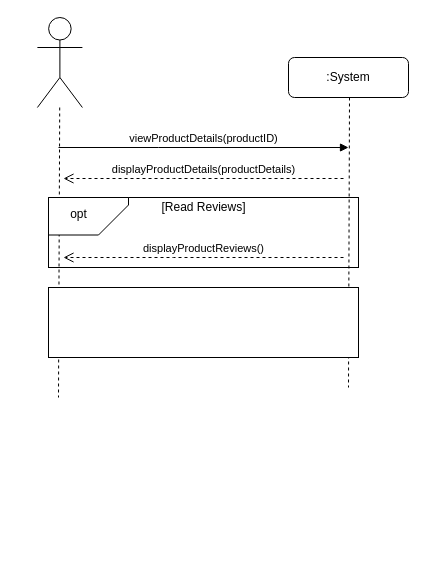
Before: ITC211 System Analysis and Design/SSD Assignment 2.drawio in Sam-WebP/CSU, a draw.io diagram. Source tidied: cells renumbered, new cells numbered last; positions are measured from the earlier drawing's top-left corner, leaving out a move shared by most shapes. Both pictures are drawn from the tidied source at 100%, with x=0, y=0 at pixel (37, 17).
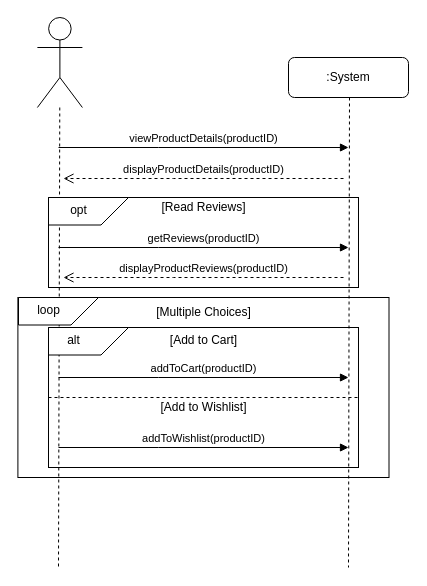
The same diagram, later.

The change refers to these unchanged cells:
```xml
<mxCell id="5" style="shape=umlActor;verticalLabelPosition=bottom;verticalAlign=top;html=1;outlineConnect=0;" parent="1" vertex="1">
  <mxGeometry x="-0.1" width="45" height="90" as="geometry" />
</mxCell>
```

The edit, as a diff of the source:
```diff
@@
+    <mxCell id="14" style="rounded=0;whiteSpace=wrap;html=1;" parent="1" vertex="1">
+      <mxGeometry x="-19.6" y="280" width="371.1" height="180" as="geometry" />
+    </mxCell>
+    <mxCell id="13" style="rounded=0;whiteSpace=wrap;html=1;" parent="1" vertex="1">
+      <mxGeometry x="11" y="310" width="310" height="140" as="geometry" />
+    </mxCell>
     <mxCell id="2" style="rounded=0;whiteSpace=wrap;html=1;" parent="1" vertex="1">
-      <mxGeometry x="11" y="180" width="310" height="70" as="geometry" />
+      <mxGeometry x="11" y="180" width="310" height="90" as="geometry" />
     </mxCell>
@@
-    <mxCell id="4" value="displayProductDetails(productDetails)" style="html=1;verticalAlign=bottom;endArrow=open;dashed=1;endSize=8;edgeStyle=elbowEdgeStyle;elbow=vertical;curved=0;rounded=0;" parent="1" edge="1">
+    <mxCell id="4" value="displayProductDetails(productID)" style="html=1;verticalAlign=bottom;endArrow=open;dashed=1;endSize=8;edgeStyle=elbowEdgeStyle;elbow=vertical;curved=0;rounded=0;" parent="1" edge="1">
       <mxGeometry relative="1" as="geometry">
         <mxPoint x="306" y="161" as="sourcePoint" />
         <mxPoint x="26" y="161" as="targetPoint" />
         <Array as="points">
           <mxPoint x="136" y="161" />
         </Array>
       </mxGeometry>
     </mxCell>
@@
     <mxCell id="6" style="endArrow=none;dashed=1;html=1;rounded=0;" parent="1" edge="1" source="5">
       <mxGeometry relative="1" as="geometry">
-        <mxPoint x="21" y="380" as="targetPoint" />
+        <mxPoint x="21" y="550" as="targetPoint" />
       </mxGeometry>
     </mxCell>
-    <mxCell id="7" style="endArrow=none;dashed=1;html=1;rounded=0;" parent="1" edge="1">
-      <mxGeometry relative="1" as="geometry">
-        <mxPoint x="312" y="80" as="sourcePoint" />
-        <mxPoint x="311" y="370" as="targetPoint" />
-      </mxGeometry>
-    </mxCell>
@@
     <mxCell id="10" style="shape=card;whiteSpace=wrap;html=1;rotation=-180;" parent="1" vertex="1">
-      <mxGeometry x="11" y="180" width="80" height="37.5" as="geometry" />
+      <mxGeometry x="-19" y="280" width="80" height="27.5" as="geometry" />
     </mxCell>
+    <mxCell id="7" style="endArrow=none;dashed=1;html=1;rounded=0;" parent="1" edge="1">
+      <mxGeometry relative="1" as="geometry">
+        <mxPoint x="312" y="80" as="sourcePoint" />
+        <mxPoint x="311" y="550" as="targetPoint" />
+      </mxGeometry>
+    </mxCell>
+    <mxCell id="15" style="shape=card;whiteSpace=wrap;html=1;rotation=-180;" parent="1" vertex="1">
+      <mxGeometry x="11" y="180" width="80" height="27.5" as="geometry" />
+    </mxCell>
+    <mxCell id="12" value="displayProductReviews(productID)" style="html=1;verticalAlign=bottom;endArrow=open;dashed=1;endSize=8;edgeStyle=elbowEdgeStyle;elbow=vertical;curved=0;rounded=0;" parent="1" edge="1">
+      <mxGeometry relative="1" as="geometry">
+        <mxPoint x="306" y="260" as="sourcePoint" />
+        <mxPoint x="26" y="260" as="targetPoint" />
+        <Array as="points">
+          <mxPoint x="136" y="260" />
+        </Array>
+      </mxGeometry>
+    </mxCell>
     <mxCell id="11" value="opt" style="text;html=1;align=center;verticalAlign=middle;strokeColor=none;fillColor=none;" parent="1" vertex="1">
-      <mxGeometry x="21" y="181.8" width="40" height="30" as="geometry" />
+      <mxGeometry x="21" y="177.5" width="40" height="30" as="geometry" />
     </mxCell>
-    <mxCell id="12" value="displayProductReviews()" style="html=1;verticalAlign=bottom;endArrow=open;dashed=1;endSize=8;edgeStyle=elbowEdgeStyle;elbow=vertical;curved=0;rounded=0;" parent="1" edge="1">
-      <mxGeometry relative="1" as="geometry">
-        <mxPoint x="306" y="240" as="sourcePoint" />
-        <mxPoint x="26" y="240" as="targetPoint" />
-        <Array as="points">
-          <mxPoint x="136" y="240" />
-        </Array>
-      </mxGeometry>
-    </mxCell>
-    <mxCell id="13" style="rounded=0;whiteSpace=wrap;html=1;" parent="1" vertex="1">
-      <mxGeometry x="11" y="270" width="310" height="70" as="geometry" />
-    </mxCell>
+    <mxCell id="16" style="shape=card;whiteSpace=wrap;html=1;rotation=-180;" parent="1" vertex="1">
+      <mxGeometry x="11" y="310" width="80" height="27.5" as="geometry" />
+    </mxCell>
+    <mxCell id="17" value="loop" style="text;html=1;align=center;verticalAlign=middle;strokeColor=none;fillColor=none;" parent="1" vertex="1">
+      <mxGeometry x="-14" y="277.5" width="50" height="30" as="geometry" />
+    </mxCell>
+    <mxCell id="18" value="alt" style="text;html=1;align=center;verticalAlign=middle;strokeColor=none;fillColor=none;" parent="1" vertex="1">
+      <mxGeometry x="16" y="307.5" width="40" height="30" as="geometry" />
+    </mxCell>
+    <mxCell id="19" style="endArrow=none;dashed=1;html=1;rounded=0;exitX=0;exitY=0.5;exitDx=0;exitDy=0;entryX=1;entryY=0.5;entryDx=0;entryDy=0;" parent="1" edge="1" source="13" target="13">
+      <mxGeometry relative="1" as="geometry" />
+    </mxCell>
+    <mxCell id="20" value="addToCart(productID)" style="html=1;verticalAlign=bottom;endArrow=block;edgeStyle=elbowEdgeStyle;elbow=vertical;curved=0;rounded=0;" parent="1" edge="1">
+      <mxGeometry relative="1" as="geometry">
+        <mxPoint x="21" y="360" as="sourcePoint" />
+        <mxPoint x="311" y="360" as="targetPoint" />
+        <Array as="points">
+          <mxPoint x="121" y="360" />
+        </Array>
+      </mxGeometry>
+    </mxCell>
+    <mxCell id="21" value="addToWishlist(productID)" style="html=1;verticalAlign=bottom;endArrow=block;edgeStyle=elbowEdgeStyle;elbow=vertical;curved=0;rounded=0;" parent="1" edge="1">
+      <mxGeometry relative="1" as="geometry">
+        <mxPoint x="21" y="430" as="sourcePoint" />
+        <mxPoint x="311" y="430" as="targetPoint" />
+        <Array as="points">
+          <mxPoint x="121" y="430" />
+        </Array>
+      </mxGeometry>
+    </mxCell>
+    <mxCell id="22" value="[Multiple Choices]" style="text;html=1;align=center;verticalAlign=middle;strokeColor=none;fillColor=none;" parent="1" vertex="1">
+      <mxGeometry x="106" y="280" width="120" height="30" as="geometry" />
+    </mxCell>
+    <mxCell id="23" value="[Add to Cart]" style="text;html=1;align=center;verticalAlign=middle;strokeColor=none;fillColor=none;" parent="1" vertex="1">
+      <mxGeometry x="121" y="307.5" width="90" height="30" as="geometry" />
+    </mxCell>
+    <mxCell id="24" value="[Add to Wishlist]" style="text;html=1;align=center;verticalAlign=middle;strokeColor=none;fillColor=none;" parent="1" vertex="1">
+      <mxGeometry x="111" y="375" width="110" height="30" as="geometry" />
+    </mxCell>
+    <mxCell id="25" value="getReviews(productID)" style="html=1;verticalAlign=bottom;endArrow=block;edgeStyle=elbowEdgeStyle;elbow=vertical;curved=0;rounded=0;" parent="1" edge="1">
+      <mxGeometry relative="1" as="geometry">
+        <mxPoint x="21" y="230" as="sourcePoint" />
+        <mxPoint x="311" y="230" as="targetPoint" />
+        <Array as="points">
+          <mxPoint x="121" y="230" />
+        </Array>
+      </mxGeometry>
+    </mxCell>
```
